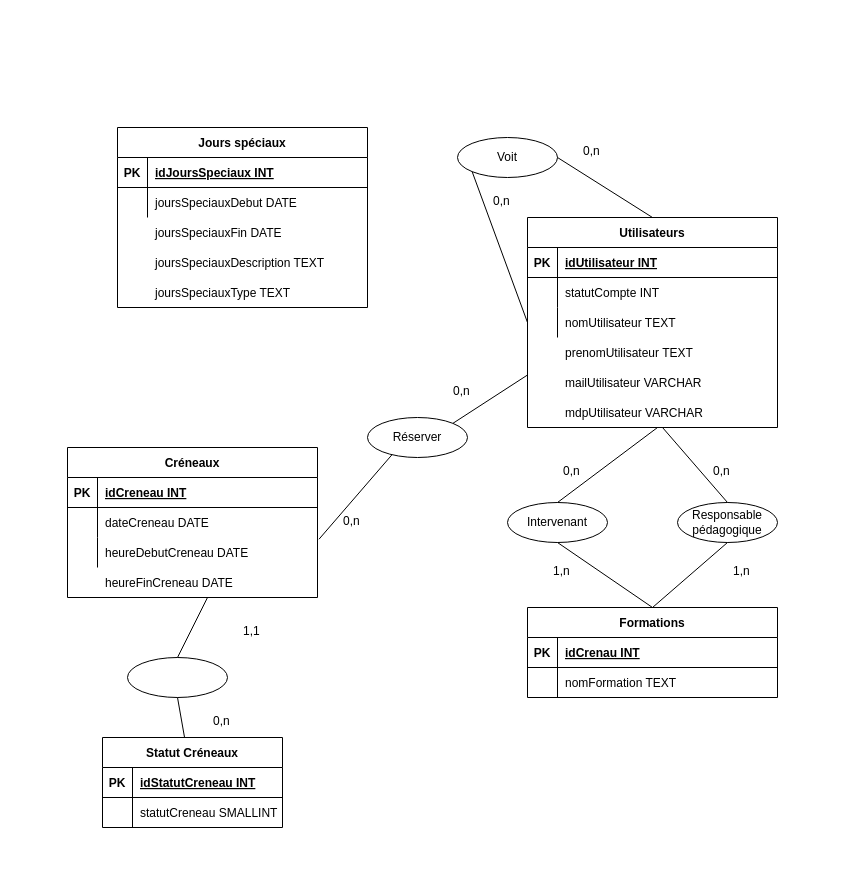
Before: documentation/ModeleEntiteesAssociations.drawio in loganSIO/atDispo, a draw.io diagram. Source tidied: cells renumbered, new cells numbered last; positions are measured from the earlier drawing's top-left corner, leaving out a move shared by most shapes. Both pictures are drawn from the tidied source at 100%, with x=0, y=0 at pixel (67, 127).
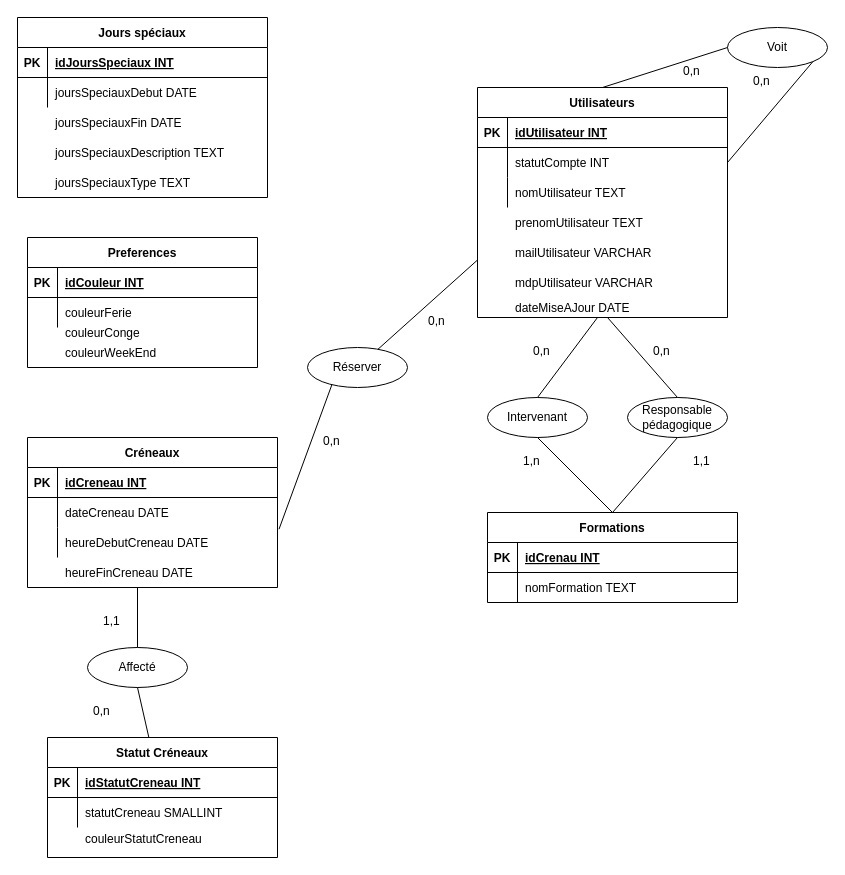
Above is the later version.

Unchanged cells that the change refers to:
```xml
<mxCell id="43" style="shape=partialRectangle;fillColor=none;points=[[0,0.5],[1,0.5]];portConstraint=eastwest;top=0;left=0;right=0;bottom=0;" parent="39" vertex="1">
  <mxGeometry y="60" width="250" height="30" as="geometry" />
</mxCell>
<mxCell id="46" style="shape=partialRectangle;fillColor=none;points=[[0,0.5],[1,0.5]];portConstraint=eastwest;top=0;left=0;right=0;bottom=0;" parent="39" vertex="1">
  <mxGeometry y="90" width="250" height="30" as="geometry" />
</mxCell>
```

Diff of the diagram source:
```diff
@@
     <mxCell id="2" value="Formations" style="shape=table;startSize=30;childLayout=tableLayout;rowLines=0;fontStyle=1;align=center;" parent="1" vertex="1">
-      <mxGeometry x="460" y="480" width="250" height="90" as="geometry" />
+      <mxGeometry x="420" y="385" width="250" height="90" as="geometry" />
     </mxCell>
@@
-    <mxCell id="9" value="Jours spéciaux" style="shape=table;startSize=30;childLayout=tableLayout;rowLines=0;fontStyle=1;align=center;" parent="1" vertex="1">
-      <mxGeometry x="50" width="250" height="180" as="geometry" />
-    </mxCell>
-    <mxCell id="10" style="shape=partialRectangle;fillColor=none;top=0;left=0;right=0;bottom=1;" parent="9" vertex="1">
-      <mxGeometry y="30" width="250" height="30" as="geometry" />
-    </mxCell>
-    <mxCell id="11" value="PK" style="shape=partialRectangle;overflow=hidden;fillColor=none;top=0;left=0;bottom=0;right=0;fontStyle=1;" parent="10" vertex="1">
-      <mxGeometry width="30" height="30" as="geometry" />
-    </mxCell>
-    <mxCell id="12" value="idJoursSpeciaux INT" style="shape=partialRectangle;overflow=hidden;fillColor=none;top=0;left=0;bottom=0;right=0;align=left;spacingLeft=6;fontStyle=5;" parent="10" vertex="1">
-      <mxGeometry x="30" width="220" height="30" as="geometry" />
-    </mxCell>
-    <mxCell id="13" style="shape=partialRectangle;fillColor=none;top=0;left=0;right=0;bottom=0;" parent="9" vertex="1">
-      <mxGeometry y="60" width="250" height="30" as="geometry" />
-    </mxCell>
-    <mxCell id="14" style="shape=partialRectangle;overflow=hidden;fillColor=none;top=0;left=0;bottom=0;right=0;" parent="13" vertex="1">
-      <mxGeometry width="30" height="30" as="geometry" />
-    </mxCell>
-    <mxCell id="15" value="joursSpeciauxDebut DATE" style="shape=partialRectangle;overflow=hidden;fillColor=none;top=0;left=0;bottom=0;right=0;align=left;spacingLeft=6;" parent="13" vertex="1">
-      <mxGeometry x="30" width="220" height="30" as="geometry" />
-    </mxCell>
-    <mxCell id="16" style="shape=partialRectangle;fillColor=none;top=0;left=0;right=0;bottom=0;" parent="1" vertex="1">
-      <mxGeometry x="50" y="90" width="250" height="30" as="geometry" />
-    </mxCell>
-    <mxCell id="17" style="shape=partialRectangle;overflow=hidden;fillColor=none;top=0;left=0;bottom=0;right=0;" parent="16" vertex="1">
-      <mxGeometry width="30" height="30" as="geometry" />
-    </mxCell>
-    <mxCell id="18" value="joursSpeciauxFin DATE" style="shape=partialRectangle;overflow=hidden;fillColor=none;top=0;left=0;bottom=0;right=0;align=left;spacingLeft=6;" parent="16" vertex="1">
-      <mxGeometry x="30" width="220" height="30" as="geometry" />
-    </mxCell>
-    <mxCell id="19" style="shape=partialRectangle;fillColor=none;top=0;left=0;right=0;bottom=0;" parent="1" vertex="1">
-      <mxGeometry x="50" y="120" width="250" height="30" as="geometry" />
-    </mxCell>
-    <mxCell id="20" style="shape=partialRectangle;overflow=hidden;fillColor=none;top=0;left=0;bottom=0;right=0;" parent="19" vertex="1">
-      <mxGeometry width="30" height="30" as="geometry" />
-    </mxCell>
-    <mxCell id="21" value="joursSpeciauxDescription TEXT" style="shape=partialRectangle;overflow=hidden;fillColor=none;top=0;left=0;bottom=0;right=0;align=left;spacingLeft=6;" parent="19" vertex="1">
-      <mxGeometry x="30" width="220" height="30" as="geometry" />
-    </mxCell>
-    <mxCell id="22" style="shape=partialRectangle;fillColor=none;top=0;left=0;right=0;bottom=0;" parent="1" vertex="1">
-      <mxGeometry x="50" y="150" width="250" height="30" as="geometry" />
-    </mxCell>
-    <mxCell id="23" style="shape=partialRectangle;overflow=hidden;fillColor=none;top=0;left=0;bottom=0;right=0;" parent="22" vertex="1">
-      <mxGeometry width="30" height="30" as="geometry" />
-    </mxCell>
-    <mxCell id="24" value="joursSpeciauxType TEXT" style="shape=partialRectangle;overflow=hidden;fillColor=none;top=0;left=0;bottom=0;right=0;align=left;spacingLeft=6;" parent="22" vertex="1">
-      <mxGeometry x="30" width="220" height="30" as="geometry" />
-    </mxCell>
     <mxCell id="25" style="group;" parent="1" vertex="1">
-      <mxGeometry y="320" width="250" height="210" as="geometry" />
+      <mxGeometry x="-40" y="310" width="250" height="210" as="geometry" />
     </mxCell>
@@
     <mxCell id="37" value="1,1" style="text;strokeColor=none;fillColor=none;spacingLeft=4;spacingRight=4;overflow=hidden;fontSize=12;" parent="25" vertex="1">
-      <mxGeometry x="170" y="170" width="40" height="30" as="geometry" />
+      <mxGeometry x="70" y="170" width="40" height="30" as="geometry" />
     </mxCell>
     <mxCell id="38" style="group;" parent="1" vertex="1">
-      <mxGeometry x="460" y="90" width="250" height="210" as="geometry" />
+      <mxGeometry x="410" y="-40" width="250" height="230" as="geometry" />
     </mxCell>
     <mxCell id="39" value="Utilisateurs" style="shape=table;startSize=30;childLayout=tableLayout;rowLines=0;fontStyle=1;align=center;" parent="38" vertex="1">
-      <mxGeometry width="250" height="210" as="geometry" />
+      <mxGeometry width="250" height="230" as="geometry" />
     </mxCell>
@@
+    <mxCell id="83" value="dateMiseAJour DATE" style="shape=partialRectangle;overflow=hidden;fillColor=none;top=0;left=0;bottom=0;right=0;align=left;spacingLeft=6;" parent="38" vertex="1">
+      <mxGeometry x="30" y="205" width="220" height="30" as="geometry" />
+    </mxCell>
     <mxCell id="52" value="Intervenant" style="ellipse;whiteSpace=wrap;html=1;align=center;" parent="1" vertex="1">
-      <mxGeometry x="440" y="375" width="100" height="40" as="geometry" />
+      <mxGeometry x="420" y="270" width="100" height="40" as="geometry" />
     </mxCell>
     <mxCell id="53" value="&lt;div&gt;Responsable&lt;/div&gt;&lt;div&gt;pédagogique&lt;br&gt;&lt;/div&gt;" style="ellipse;whiteSpace=wrap;html=1;align=center;" parent="1" vertex="1">
-      <mxGeometry x="610" y="375" width="100" height="40" as="geometry" />
+      <mxGeometry x="560" y="270" width="100" height="40" as="geometry" />
     </mxCell>
     <mxCell id="54" style="endArrow=none;html=1;rounded=0;exitX=0.5;exitY=0;exitDx=0;exitDy=0;" parent="1" edge="1" source="52">
       <mxGeometry relative="1" as="geometry">
-        <mxPoint x="590" y="300" as="targetPoint" />
+        <mxPoint x="530" y="190" as="targetPoint" />
       </mxGeometry>
     </mxCell>
@@
     <mxCell id="56" value="0,n" style="text;strokeColor=none;fillColor=none;spacingLeft=4;spacingRight=4;overflow=hidden;fontSize=12;" parent="1" vertex="1">
-      <mxGeometry x="490" y="330" width="40" height="30" as="geometry" />
+      <mxGeometry x="460" y="210" width="40" height="30" as="geometry" />
     </mxCell>
     <mxCell id="57" value="1,n" style="text;strokeColor=none;fillColor=none;spacingLeft=4;spacingRight=4;overflow=hidden;fontSize=12;" parent="1" vertex="1">
-      <mxGeometry x="480" y="430" width="40" height="30" as="geometry" />
+      <mxGeometry x="450" y="320" width="40" height="30" as="geometry" />
     </mxCell>
     <mxCell id="58" value="0,n" style="text;strokeColor=none;fillColor=none;spacingLeft=4;spacingRight=4;overflow=hidden;fontSize=12;" parent="1" vertex="1">
-      <mxGeometry x="640" y="330" width="40" height="30" as="geometry" />
+      <mxGeometry x="580" y="210" width="40" height="30" as="geometry" />
     </mxCell>
@@
     <mxCell id="60" style="endArrow=none;html=1;rounded=0;exitX=0.5;exitY=0;exitDx=0;exitDy=0;" parent="1" edge="1" source="53">
       <mxGeometry relative="1" as="geometry">
-        <mxPoint x="595" y="300" as="targetPoint" />
+        <mxPoint x="540" y="190" as="targetPoint" />
       </mxGeometry>
     </mxCell>
-    <mxCell id="61" value="1,n" style="text;strokeColor=none;fillColor=none;spacingLeft=4;spacingRight=4;overflow=hidden;fontSize=12;" parent="1" vertex="1">
-      <mxGeometry x="660" y="430" width="40" height="30" as="geometry" />
+    <mxCell id="61" value="1,1" style="text;strokeColor=none;fillColor=none;spacingLeft=4;spacingRight=4;overflow=hidden;fontSize=12;" parent="1" vertex="1">
+      <mxGeometry x="620" y="320" width="40" height="30" as="geometry" />
     </mxCell>
     <mxCell id="62" value="Voit" style="ellipse;whiteSpace=wrap;html=1;align=center;" parent="1" vertex="1">
-      <mxGeometry x="390" y="10" width="100" height="40" as="geometry" />
+      <mxGeometry x="660" y="-100" width="100" height="40" as="geometry" />
     </mxCell>
-    <mxCell id="63" style="endArrow=none;html=1;rounded=0;exitX=0.5;exitY=0;exitDx=0;exitDy=0;entryX=1;entryY=0.5;entryDx=0;entryDy=0;" parent="1" edge="1" source="39" target="62">
+    <mxCell id="63" style="endArrow=none;html=1;rounded=0;exitX=1;exitY=0.5;exitDx=0;exitDy=0;entryX=1;entryY=1;entryDx=0;entryDy=0;" parent="1" edge="1" source="43" target="62">
       <mxGeometry relative="1" as="geometry" />
     </mxCell>
-    <mxCell id="64" style="endArrow=none;html=1;rounded=0;exitX=0;exitY=0.5;exitDx=0;exitDy=0;entryX=0;entryY=1;entryDx=0;entryDy=0;" parent="1" edge="1" source="46" target="62">
+    <mxCell id="64" style="endArrow=none;html=1;rounded=0;exitX=0.5;exitY=0;exitDx=0;exitDy=0;entryX=0;entryY=0.5;entryDx=0;entryDy=0;" parent="1" edge="1" source="39" target="62">
       <mxGeometry relative="1" as="geometry" />
     </mxCell>
     <mxCell id="65" value="0,n" style="text;strokeColor=none;fillColor=none;spacingLeft=4;spacingRight=4;overflow=hidden;fontSize=12;" parent="1" vertex="1">
-      <mxGeometry x="510" y="10" width="40" height="30" as="geometry" />
+      <mxGeometry x="610" y="-70" width="40" height="30" as="geometry" />
     </mxCell>
     <mxCell id="66" value="0,n" style="text;strokeColor=none;fillColor=none;spacingLeft=4;spacingRight=4;overflow=hidden;fontSize=12;" parent="1" vertex="1">
-      <mxGeometry x="420" y="60" width="40" height="30" as="geometry" />
+      <mxGeometry x="680" y="-60" width="40" height="30" as="geometry" />
     </mxCell>
     <mxCell id="67" value="Réserver" style="ellipse;whiteSpace=wrap;html=1;align=center;" parent="1" vertex="1">
-      <mxGeometry x="300" y="290" width="100" height="40" as="geometry" />
+      <mxGeometry x="240" y="220" width="100" height="40" as="geometry" />
     </mxCell>
-    <mxCell id="68" style="endArrow=none;html=1;rounded=0;exitX=0;exitY=0.75;exitDx=0;exitDy=0;entryX=1;entryY=0;entryDx=0;entryDy=0;" parent="1" edge="1" source="39" target="67">
+    <mxCell id="68" style="endArrow=none;html=1;rounded=0;exitX=0;exitY=0.75;exitDx=0;exitDy=0;" parent="1" edge="1" source="39" target="67">
       <mxGeometry relative="1" as="geometry" />
     </mxCell>
@@
     <mxCell id="70" value="0,n" style="text;strokeColor=none;fillColor=none;spacingLeft=4;spacingRight=4;overflow=hidden;fontSize=12;" parent="1" vertex="1">
-      <mxGeometry x="380" y="250" width="40" height="30" as="geometry" />
+      <mxGeometry x="355" y="180" width="40" height="30" as="geometry" />
     </mxCell>
     <mxCell id="71" value="0,n" style="text;strokeColor=none;fillColor=none;spacingLeft=4;spacingRight=4;overflow=hidden;fontSize=12;" parent="1" vertex="1">
-      <mxGeometry x="270" y="380" width="40" height="30" as="geometry" />
+      <mxGeometry x="250" y="300" width="40" height="30" as="geometry" />
     </mxCell>
     <mxCell id="72" value="Statut Créneaux" style="shape=table;startSize=30;childLayout=tableLayout;rowLines=0;fontStyle=1;align=center;" parent="1" vertex="1">
-      <mxGeometry x="35" y="610" width="180" height="90" as="geometry" />
+      <mxGeometry x="-20" y="610" width="230" height="120" as="geometry" />
     </mxCell>
     <mxCell id="73" style="shape=partialRectangle;fillColor=none;top=0;left=0;bottom=1;right=0;" parent="72" vertex="1">
-      <mxGeometry y="30" width="180" height="30" as="geometry" />
+      <mxGeometry y="30" width="230" height="30" as="geometry" />
     </mxCell>
@@
     <mxCell id="75" value="idStatutCreneau INT" style="shape=partialRectangle;fillColor=none;top=0;left=0;bottom=0;right=0;align=left;spacingLeft=6;fontStyle=5;overflow=hidden;" parent="73" vertex="1">
-      <mxGeometry x="30" width="150" height="30" as="geometry" />
+      <mxGeometry x="30" width="200" height="30" as="geometry" />
     </mxCell>
     <mxCell id="76" style="shape=partialRectangle;fillColor=none;top=0;left=0;bottom=0;right=0;" parent="72" vertex="1">
-      <mxGeometry y="60" width="180" height="30" as="geometry" />
+      <mxGeometry y="60" width="230" height="30" as="geometry" />
     </mxCell>
@@
     <mxCell id="78" value="statutCreneau SMALLINT" style="shape=partialRectangle;fillColor=none;top=0;left=0;bottom=0;right=0;align=left;spacingLeft=6;overflow=hidden;" parent="76" vertex="1">
-      <mxGeometry x="30" width="150" height="30" as="geometry" />
+      <mxGeometry x="30" width="200" height="30" as="geometry" />
     </mxCell>
-    <mxCell id="79" style="ellipse;whiteSpace=wrap;html=1;align=center;" parent="1" vertex="1">
-      <mxGeometry x="60" y="530" width="100" height="40" as="geometry" />
+    <mxCell id="79" value="Affecté" style="ellipse;whiteSpace=wrap;html=1;align=center;" parent="1" vertex="1">
+      <mxGeometry x="20" y="520" width="100" height="40" as="geometry" />
     </mxCell>
     <mxCell id="80" style="endArrow=none;html=1;rounded=0;exitX=0.5;exitY=0;exitDx=0;exitDy=0;" parent="1" edge="1" source="79">
       <mxGeometry relative="1" as="geometry">
-        <mxPoint x="140" y="470" as="targetPoint" />
+        <mxPoint x="70" y="460" as="targetPoint" />
       </mxGeometry>
     </mxCell>
@@
     <mxCell id="82" value="0,n" style="text;strokeColor=none;fillColor=none;spacingLeft=4;spacingRight=4;overflow=hidden;fontSize=12;" parent="1" vertex="1">
-      <mxGeometry x="140" y="580" width="40" height="30" as="geometry" />
+      <mxGeometry x="20" y="570" width="40" height="30" as="geometry" />
     </mxCell>
+    <mxCell id="84" style="group;" parent="1" vertex="1">
+      <mxGeometry x="-50" y="-110" width="250" height="180" as="geometry" />
+    </mxCell>
+    <mxCell id="9" value="Jours spéciaux" style="shape=table;startSize=30;childLayout=tableLayout;rowLines=0;fontStyle=1;align=center;" parent="84" vertex="1">
+      <mxGeometry width="250" height="180" as="geometry" />
+    </mxCell>
+    <mxCell id="10" style="shape=partialRectangle;fillColor=none;top=0;left=0;right=0;bottom=1;" parent="9" vertex="1">
+      <mxGeometry y="30" width="250" height="30" as="geometry" />
+    </mxCell>
+    <mxCell id="11" value="PK" style="shape=partialRectangle;overflow=hidden;fillColor=none;top=0;left=0;bottom=0;right=0;fontStyle=1;" parent="10" vertex="1">
+      <mxGeometry width="30" height="30" as="geometry" />
+    </mxCell>
+    <mxCell id="12" value="idJoursSpeciaux INT" style="shape=partialRectangle;overflow=hidden;fillColor=none;top=0;left=0;bottom=0;right=0;align=left;spacingLeft=6;fontStyle=5;" parent="10" vertex="1">
+      <mxGeometry x="30" width="220" height="30" as="geometry" />
+    </mxCell>
+    <mxCell id="13" style="shape=partialRectangle;fillColor=none;top=0;left=0;right=0;bottom=0;" parent="9" vertex="1">
+      <mxGeometry y="60" width="250" height="30" as="geometry" />
+    </mxCell>
+    <mxCell id="14" style="shape=partialRectangle;overflow=hidden;fillColor=none;top=0;left=0;bottom=0;right=0;" parent="13" vertex="1">
+      <mxGeometry width="30" height="30" as="geometry" />
+    </mxCell>
+    <mxCell id="15" value="joursSpeciauxDebut DATE" style="shape=partialRectangle;overflow=hidden;fillColor=none;top=0;left=0;bottom=0;right=0;align=left;spacingLeft=6;" parent="13" vertex="1">
+      <mxGeometry x="30" width="220" height="30" as="geometry" />
+    </mxCell>
+    <mxCell id="85" style="group;" parent="84" vertex="1">
+      <mxGeometry y="90" width="250" height="90" as="geometry" />
+    </mxCell>
+    <mxCell id="16" style="shape=partialRectangle;fillColor=none;top=0;left=0;right=0;bottom=0;" parent="85" vertex="1">
+      <mxGeometry width="250" height="30" as="geometry" />
+    </mxCell>
+    <mxCell id="17" style="shape=partialRectangle;overflow=hidden;fillColor=none;top=0;left=0;bottom=0;right=0;" parent="16" vertex="1">
+      <mxGeometry width="30" height="30" as="geometry" />
+    </mxCell>
+    <mxCell id="18" value="joursSpeciauxFin DATE" style="shape=partialRectangle;overflow=hidden;fillColor=none;top=0;left=0;bottom=0;right=0;align=left;spacingLeft=6;" parent="16" vertex="1">
+      <mxGeometry x="30" width="220" height="30" as="geometry" />
+    </mxCell>
+    <mxCell id="19" style="shape=partialRectangle;fillColor=none;top=0;left=0;right=0;bottom=0;" parent="85" vertex="1">
+      <mxGeometry y="30" width="250" height="30" as="geometry" />
+    </mxCell>
+    <mxCell id="20" style="shape=partialRectangle;overflow=hidden;fillColor=none;top=0;left=0;bottom=0;right=0;" parent="19" vertex="1">
+      <mxGeometry width="30" height="30" as="geometry" />
+    </mxCell>
+    <mxCell id="21" value="joursSpeciauxDescription TEXT" style="shape=partialRectangle;overflow=hidden;fillColor=none;top=0;left=0;bottom=0;right=0;align=left;spacingLeft=6;" parent="19" vertex="1">
+      <mxGeometry x="30" width="220" height="30" as="geometry" />
+    </mxCell>
+    <mxCell id="22" style="shape=partialRectangle;fillColor=none;top=0;left=0;right=0;bottom=0;" parent="85" vertex="1">
+      <mxGeometry y="60" width="250" height="30" as="geometry" />
+    </mxCell>
+    <mxCell id="23" style="shape=partialRectangle;overflow=hidden;fillColor=none;top=0;left=0;bottom=0;right=0;" parent="22" vertex="1">
+      <mxGeometry width="30" height="30" as="geometry" />
+    </mxCell>
+    <mxCell id="24" value="joursSpeciauxType TEXT" style="shape=partialRectangle;overflow=hidden;fillColor=none;top=0;left=0;bottom=0;right=0;align=left;spacingLeft=6;" parent="22" vertex="1">
+      <mxGeometry x="30" width="220" height="30" as="geometry" />
+    </mxCell>
+    <mxCell id="86" style="shape=partialRectangle;fillColor=none;top=0;left=0;bottom=0;right=0;" parent="1" vertex="1">
+      <mxGeometry x="-30" y="696" width="240" height="30" as="geometry" />
+    </mxCell>
+    <mxCell id="87" style="shape=partialRectangle;fillColor=none;top=0;left=0;bottom=0;right=0;overflow=hidden;" parent="86" vertex="1">
+      <mxGeometry width="40" height="30" as="geometry" />
+    </mxCell>
+    <mxCell id="88" value="couleurStatutCreneau" style="shape=partialRectangle;fillColor=none;top=0;left=0;bottom=0;right=0;align=left;spacingLeft=6;overflow=hidden;" parent="86" vertex="1">
+      <mxGeometry x="40" width="200" height="30" as="geometry" />
+    </mxCell>
+    <mxCell id="89" value="Preferences" style="shape=table;startSize=30;childLayout=tableLayout;rowLines=0;fontStyle=1;align=center;" parent="1" vertex="1">
+      <mxGeometry x="-40" y="110" width="230" height="130" as="geometry" />
+    </mxCell>
+    <mxCell id="90" style="shape=partialRectangle;fillColor=none;top=0;left=0;bottom=1;right=0;" parent="89" vertex="1">
+      <mxGeometry y="30" width="230" height="30" as="geometry" />
+    </mxCell>
+    <mxCell id="91" value="PK" style="shape=partialRectangle;fillColor=none;top=0;left=0;bottom=0;right=0;fontStyle=1;overflow=hidden;" parent="90" vertex="1">
+      <mxGeometry width="30" height="30" as="geometry" />
+    </mxCell>
+    <mxCell id="92" value="idCouleur INT" style="shape=partialRectangle;fillColor=none;top=0;left=0;bottom=0;right=0;align=left;spacingLeft=6;fontStyle=5;overflow=hidden;" parent="90" vertex="1">
+      <mxGeometry x="30" width="200" height="30" as="geometry" />
+    </mxCell>
+    <mxCell id="93" style="shape=partialRectangle;fillColor=none;top=0;left=0;bottom=0;right=0;" parent="89" vertex="1">
+      <mxGeometry y="60" width="230" height="30" as="geometry" />
+    </mxCell>
+    <mxCell id="94" style="shape=partialRectangle;fillColor=none;top=0;left=0;bottom=0;right=0;overflow=hidden;" parent="93" vertex="1">
+      <mxGeometry width="30" height="30" as="geometry" />
+    </mxCell>
+    <mxCell id="95" value="couleurFerie " style="shape=partialRectangle;fillColor=none;top=0;left=0;bottom=0;right=0;align=left;spacingLeft=6;overflow=hidden;" parent="93" vertex="1">
+      <mxGeometry x="30" width="200" height="30" as="geometry" />
+    </mxCell>
+    <mxCell id="96" value="couleurConge " style="shape=partialRectangle;fillColor=none;top=0;left=0;bottom=0;right=0;align=left;spacingLeft=6;overflow=hidden;" parent="1" vertex="1">
+      <mxGeometry x="-10" y="190" width="200" height="30" as="geometry" />
+    </mxCell>
+    <mxCell id="97" value="couleurWeekEnd " style="shape=partialRectangle;fillColor=none;top=0;left=0;bottom=0;right=0;align=left;spacingLeft=6;overflow=hidden;" parent="1" vertex="1">
+      <mxGeometry x="-10" y="210" width="200" height="30" as="geometry" />
+    </mxCell>
```
